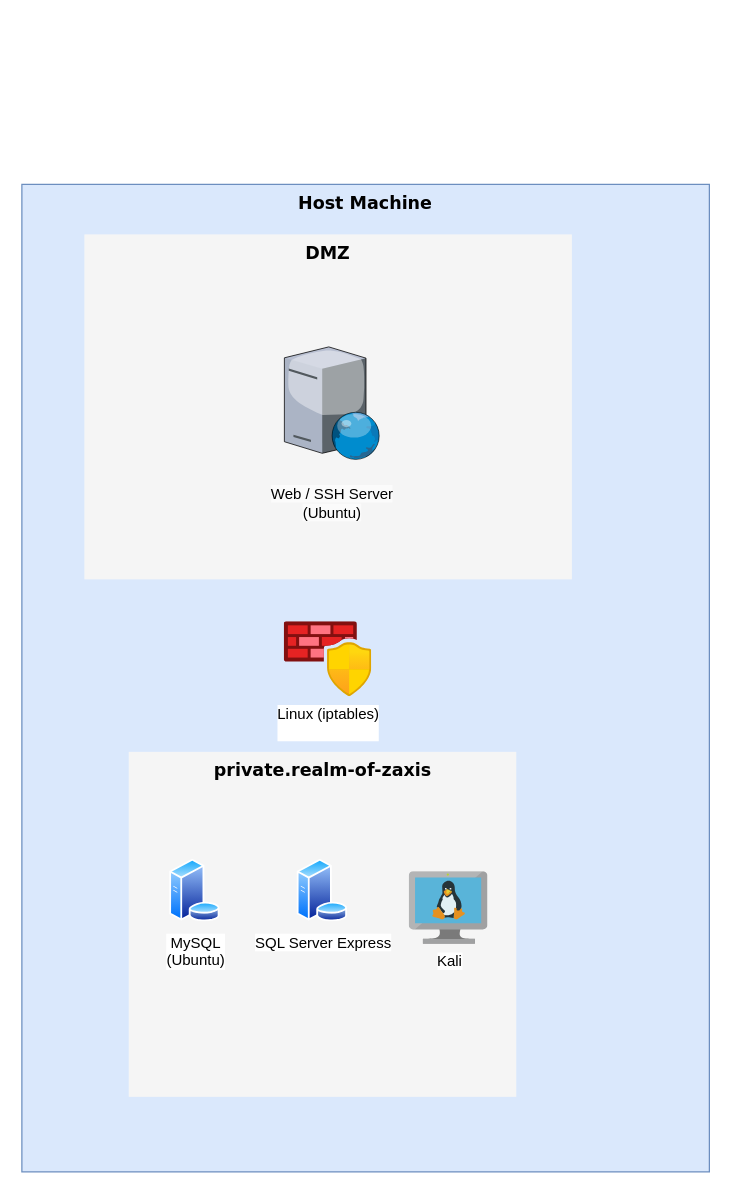
This is Untitled Diagram.drawio from strick/Security-Lab, a draw.io file, before an edit. Source tidied: cells renumbered, new cells numbered last; positions are measured from the earlier drawing's top-left corner, leaving out a move shared by most shapes. Both pictures are drawn from the tidied source at 125%, with x=0, y=0 at pixel (21, 184).
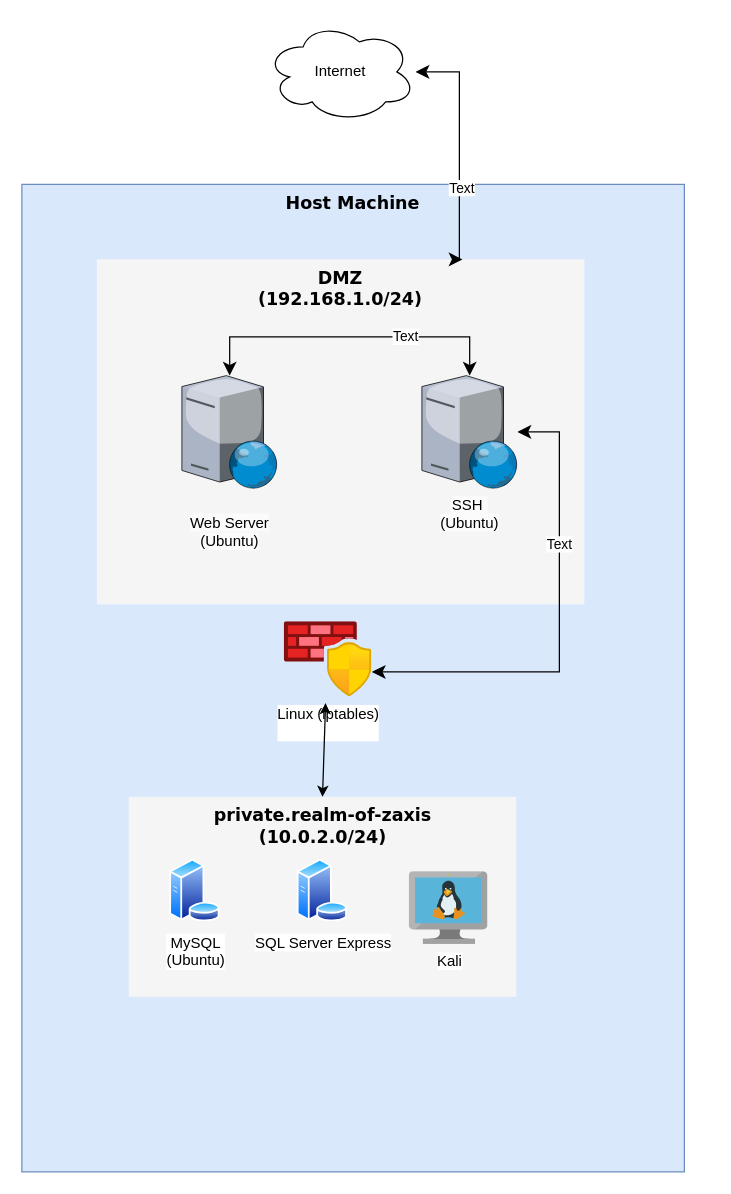
After the change.

The change refers to these unchanged cells:
```xml
<mxCell id="9" value="Linux (iptables)&lt;div&gt;&lt;br/&gt;&lt;/div&gt;" style="image;html=1;points=[];align=center;fontSize=12;image=img/lib/azure2/networking/Azure_Firewall_Manager.svg;" parent="1" vertex="1">
  <mxGeometry x="210" y="350" width="70" height="60" as="geometry" />
</mxCell>
```

Diff of the diagram source:
```diff
@@
     <mxCell id="2" value="Host Machine" style="whiteSpace=wrap;html=1;rounded=0;shadow=0;comic=0;strokeWidth=1;fontFamily=Verdana;fontSize=14;fillColor=#dae8fc;strokeColor=#6c8ebf;verticalAlign=top;fontStyle=1;" parent="1" vertex="1">
-      <mxGeometry width="550" height="790" as="geometry" />
+      <mxGeometry width="530" height="790" as="geometry" />
     </mxCell>
-    <mxCell id="3" value="DMZ" style="whiteSpace=wrap;html=1;rounded=0;shadow=0;comic=0;strokeWidth=1;fontFamily=Verdana;fontSize=14;fillColor=#f5f5f5;strokeColor=none;verticalAlign=top;fontStyle=1;" parent="1" vertex="1">
-      <mxGeometry x="50" y="40" width="390" height="276" as="geometry" />
+    <mxCell id="3" value="DMZ&lt;br&gt;(192.168.1.0/24)" style="whiteSpace=wrap;html=1;rounded=0;shadow=0;comic=0;strokeWidth=1;fontFamily=Verdana;fontSize=14;fillColor=#f5f5f5;strokeColor=none;verticalAlign=top;fontStyle=1;" parent="1" vertex="1">
+      <mxGeometry x="60" y="60" width="390" height="276" as="geometry" />
     </mxCell>
-    <mxCell id="4" value="&lt;br&gt;&lt;span style=&quot;color: rgb(0, 0, 0); font-family: Helvetica; font-size: 12px; font-style: normal; font-variant-ligatures: normal; font-variant-caps: normal; font-weight: 400; letter-spacing: normal; orphans: 2; text-align: center; text-indent: 0px; text-transform: none; widows: 2; word-spacing: 0px; -webkit-text-stroke-width: 0px; background-color: rgb(251, 251, 251); text-decoration-thickness: initial; text-decoration-style: initial; text-decoration-color: initial; float: none; display: inline !important;&quot;&gt;Web / SSH Server&lt;/span&gt;&lt;br style=&quot;--tw-border-spacing-x: 0; --tw-border-spacing-y: 0; --tw-translate-x: 0; --tw-translate-y: 0; --tw-rotate: 0; --tw-skew-x: 0; --tw-skew-y: 0; --tw-scale-x: 1; --tw-scale-y: 1; --tw-pan-x: ; --tw-pan-y: ; --tw-pinch-zoom: ; --tw-scroll-snap-strictness: proximity; --tw-gradient-from-position: ; --tw-gradient-via-position: ; --tw-gradient-to-position: ; --tw-ordinal: ; --tw-slashed-zero: ; --tw-numeric-figure: ; --tw-numeric-spacing: ; --tw-numeric-fraction: ; --tw-ring-inset: ; --tw-ring-offset-width: 0px; --tw-ring-offset-color: #fff; --tw-ring-color: rgb(59 130 246 / .5); --tw-ring-offset-shadow: 0 0 #0000; --tw-ring-shadow: 0 0 #0000; --tw-shadow: 0 0 #0000; --tw-shadow-colored: 0 0 #0000; --tw-blur: ; --tw-brightness: ; --tw-contrast: ; --tw-grayscale: ; --tw-hue-rotate: ; --tw-invert: ; --tw-saturate: ; --tw-sepia: ; --tw-drop-shadow: ; --tw-backdrop-blur: ; --tw-backdrop-brightness: ; --tw-backdrop-contrast: ; --tw-backdrop-grayscale: ; --tw-backdrop-hue-rotate: ; --tw-backdrop-invert: ; --tw-backdrop-opacity: ; --tw-backdrop-saturate: ; --tw-backdrop-sepia: ; border-color: var(--border-color); color: rgb(0, 0, 0); font-family: Helvetica; font-size: 12px; font-style: normal; font-variant-ligatures: normal; font-variant-caps: normal; font-weight: 400; letter-spacing: normal; orphans: 2; text-align: center; text-indent: 0px; text-transform: none; widows: 2; word-spacing: 0px; -webkit-text-stroke-width: 0px; background-color: rgb(251, 251, 251); text-decoration-thickness: initial; text-decoration-style: initial; text-decoration-color: initial;&quot;&gt;&lt;span style=&quot;color: rgb(0, 0, 0); font-family: Helvetica; font-size: 12px; font-style: normal; font-variant-ligatures: normal; font-variant-caps: normal; font-weight: 400; letter-spacing: normal; orphans: 2; text-align: center; text-indent: 0px; text-transform: none; widows: 2; word-spacing: 0px; -webkit-text-stroke-width: 0px; background-color: rgb(251, 251, 251); text-decoration-thickness: initial; text-decoration-style: initial; text-decoration-color: initial; float: none; display: inline !important;&quot;&gt;(Ubuntu)&lt;/span&gt;&lt;div&gt;&lt;br/&gt;&lt;/div&gt;" style="verticalLabelPosition=bottom;sketch=0;html=1;verticalAlign=top;strokeColor=none;align=center;outlineConnect=0;shape=mxgraph.citrix.web_server;" parent="1" vertex="1">
-      <mxGeometry x="210" y="130" width="76.5" height="90" as="geometry" />
+    <mxCell id="4" value="&lt;br&gt;&lt;span style=&quot;color: rgb(0, 0, 0); font-family: Helvetica; font-size: 12px; font-style: normal; font-variant-ligatures: normal; font-variant-caps: normal; font-weight: 400; letter-spacing: normal; orphans: 2; text-align: center; text-indent: 0px; text-transform: none; widows: 2; word-spacing: 0px; -webkit-text-stroke-width: 0px; background-color: rgb(251, 251, 251); text-decoration-thickness: initial; text-decoration-style: initial; text-decoration-color: initial; float: none; display: inline !important;&quot;&gt;Web Server&lt;/span&gt;&lt;br style=&quot;--tw-border-spacing-x: 0; --tw-border-spacing-y: 0; --tw-translate-x: 0; --tw-translate-y: 0; --tw-rotate: 0; --tw-skew-x: 0; --tw-skew-y: 0; --tw-scale-x: 1; --tw-scale-y: 1; --tw-pan-x: ; --tw-pan-y: ; --tw-pinch-zoom: ; --tw-scroll-snap-strictness: proximity; --tw-gradient-from-position: ; --tw-gradient-via-position: ; --tw-gradient-to-position: ; --tw-ordinal: ; --tw-slashed-zero: ; --tw-numeric-figure: ; --tw-numeric-spacing: ; --tw-numeric-fraction: ; --tw-ring-inset: ; --tw-ring-offset-width: 0px; --tw-ring-offset-color: #fff; --tw-ring-color: rgb(59 130 246 / .5); --tw-ring-offset-shadow: 0 0 #0000; --tw-ring-shadow: 0 0 #0000; --tw-shadow: 0 0 #0000; --tw-shadow-colored: 0 0 #0000; --tw-blur: ; --tw-brightness: ; --tw-contrast: ; --tw-grayscale: ; --tw-hue-rotate: ; --tw-invert: ; --tw-saturate: ; --tw-sepia: ; --tw-drop-shadow: ; --tw-backdrop-blur: ; --tw-backdrop-brightness: ; --tw-backdrop-contrast: ; --tw-backdrop-grayscale: ; --tw-backdrop-hue-rotate: ; --tw-backdrop-invert: ; --tw-backdrop-opacity: ; --tw-backdrop-saturate: ; --tw-backdrop-sepia: ; border-color: var(--border-color); color: rgb(0, 0, 0); font-family: Helvetica; font-size: 12px; font-style: normal; font-variant-ligatures: normal; font-variant-caps: normal; font-weight: 400; letter-spacing: normal; orphans: 2; text-align: center; text-indent: 0px; text-transform: none; widows: 2; word-spacing: 0px; -webkit-text-stroke-width: 0px; background-color: rgb(251, 251, 251); text-decoration-thickness: initial; text-decoration-style: initial; text-decoration-color: initial;&quot;&gt;&lt;span style=&quot;color: rgb(0, 0, 0); font-family: Helvetica; font-size: 12px; font-style: normal; font-variant-ligatures: normal; font-variant-caps: normal; font-weight: 400; letter-spacing: normal; orphans: 2; text-align: center; text-indent: 0px; text-transform: none; widows: 2; word-spacing: 0px; -webkit-text-stroke-width: 0px; background-color: rgb(251, 251, 251); text-decoration-thickness: initial; text-decoration-style: initial; text-decoration-color: initial; float: none; display: inline !important;&quot;&gt;(Ubuntu)&lt;/span&gt;&lt;div&gt;&lt;br&gt;&lt;/div&gt;" style="verticalLabelPosition=bottom;sketch=0;html=1;verticalAlign=top;strokeColor=none;align=center;outlineConnect=0;shape=mxgraph.citrix.web_server;" parent="1" vertex="1">
+      <mxGeometry x="128" y="153" width="76.5" height="90" as="geometry" />
     </mxCell>
-    <mxCell id="5" value="private.realm-of-zaxis" style="whiteSpace=wrap;html=1;rounded=0;shadow=0;comic=0;strokeWidth=1;fontFamily=Verdana;fontSize=14;fillColor=#f5f5f5;strokeColor=none;verticalAlign=top;fontStyle=1;" parent="1" vertex="1">
-      <mxGeometry x="85.5" y="454" width="310" height="276" as="geometry" />
+    <mxCell id="5" value="private.realm-of-zaxis&lt;br&gt;(10.0.2.0/24)" style="whiteSpace=wrap;html=1;rounded=0;shadow=0;comic=0;strokeWidth=1;fontFamily=Verdana;fontSize=14;fillColor=#f5f5f5;strokeColor=none;verticalAlign=top;fontStyle=1;" parent="1" vertex="1">
+      <mxGeometry x="85.5" y="490" width="310" height="160" as="geometry" />
     </mxCell>
@@
+    <mxCell id="10" value="&lt;span style=&quot;color: rgb(0, 0, 0); font-family: Helvetica; font-size: 12px; font-style: normal; font-variant-ligatures: normal; font-variant-caps: normal; font-weight: 400; letter-spacing: normal; orphans: 2; text-align: center; text-indent: 0px; text-transform: none; widows: 2; word-spacing: 0px; -webkit-text-stroke-width: 0px; background-color: rgb(251, 251, 251); text-decoration-thickness: initial; text-decoration-style: initial; text-decoration-color: initial; float: none; display: inline !important;&quot;&gt;SSH&amp;nbsp;&lt;br&gt;&lt;/span&gt;&lt;span style=&quot;color: rgb(0, 0, 0); font-family: Helvetica; font-size: 12px; font-style: normal; font-variant-ligatures: normal; font-variant-caps: normal; font-weight: 400; letter-spacing: normal; orphans: 2; text-align: center; text-indent: 0px; text-transform: none; widows: 2; word-spacing: 0px; -webkit-text-stroke-width: 0px; background-color: rgb(251, 251, 251); text-decoration-thickness: initial; text-decoration-style: initial; text-decoration-color: initial; float: none; display: inline !important;&quot;&gt;(Ubuntu)&lt;/span&gt;&lt;div&gt;&lt;br&gt;&lt;/div&gt;" style="verticalLabelPosition=bottom;sketch=0;html=1;verticalAlign=top;strokeColor=none;align=center;outlineConnect=0;shape=mxgraph.citrix.web_server;" parent="1" vertex="1">
+      <mxGeometry x="320" y="153" width="76.5" height="90" as="geometry" />
+    </mxCell>
+    <mxCell id="11" style="endArrow=classic;html=1;rounded=0;endSize=8;startSize=8;startArrow=classic;startFill=1;edgeStyle=elbowEdgeStyle;exitX=1;exitY=0.667;exitDx=0;exitDy=0;exitPerimeter=0;" parent="1" edge="1" source="9" target="10">
+      <mxGeometry relative="1" as="geometry">
+        <Array as="points">
+          <mxPoint x="430" y="310" />
+        </Array>
+      </mxGeometry>
+    </mxCell>
+    <mxCell id="12" value="Text" style="edgeLabel;html=1;align=center;verticalAlign=middle;" parent="11" vertex="1">
+      <mxGeometry x="0.35" y="1" relative="1" as="geometry" />
+    </mxCell>
+    <mxCell id="13" style="endArrow=classic;html=1;rounded=0;endSize=8;startSize=8;startArrow=classic;startFill=1;edgeStyle=elbowEdgeStyle;" parent="1" edge="1" source="4" target="10">
+      <mxGeometry relative="1" as="geometry">
+        <Array as="points">
+          <mxPoint x="300" y="122" />
+        </Array>
+      </mxGeometry>
+    </mxCell>
+    <mxCell id="14" value="Text" style="edgeLabel;html=1;align=center;verticalAlign=middle;" parent="13" vertex="1">
+      <mxGeometry x="0.35" y="1" relative="1" as="geometry" />
+    </mxCell>
+    <mxCell id="15" value="Internet" style="ellipse;shape=cloud;whiteSpace=wrap;html=1;" parent="1" vertex="1">
+      <mxGeometry x="195" y="-130" width="120" height="80" as="geometry" />
+    </mxCell>
+    <mxCell id="16" style="endArrow=classic;html=1;rounded=0;endSize=8;startSize=8;startArrow=classic;startFill=1;edgeStyle=elbowEdgeStyle;entryX=0.75;entryY=0;entryDx=0;entryDy=0;" parent="1" edge="1" source="15" target="3">
+      <mxGeometry relative="1" as="geometry">
+        <Array as="points">
+          <mxPoint x="350" />
+        </Array>
+      </mxGeometry>
+    </mxCell>
+    <mxCell id="17" value="Text" style="edgeLabel;html=1;align=center;verticalAlign=middle;" parent="16" vertex="1">
+      <mxGeometry x="0.35" y="1" relative="1" as="geometry" />
+    </mxCell>
+    <mxCell id="18" style="endArrow=classic;startArrow=classic;html=1;rounded=0;entryX=0.471;entryY=1.083;entryDx=0;entryDy=0;entryPerimeter=0;exitX=0.5;exitY=0;exitDx=0;exitDy=0;" parent="1" edge="1" source="5" target="9">
+      <mxGeometry relative="1" as="geometry" />
+    </mxCell>
```
